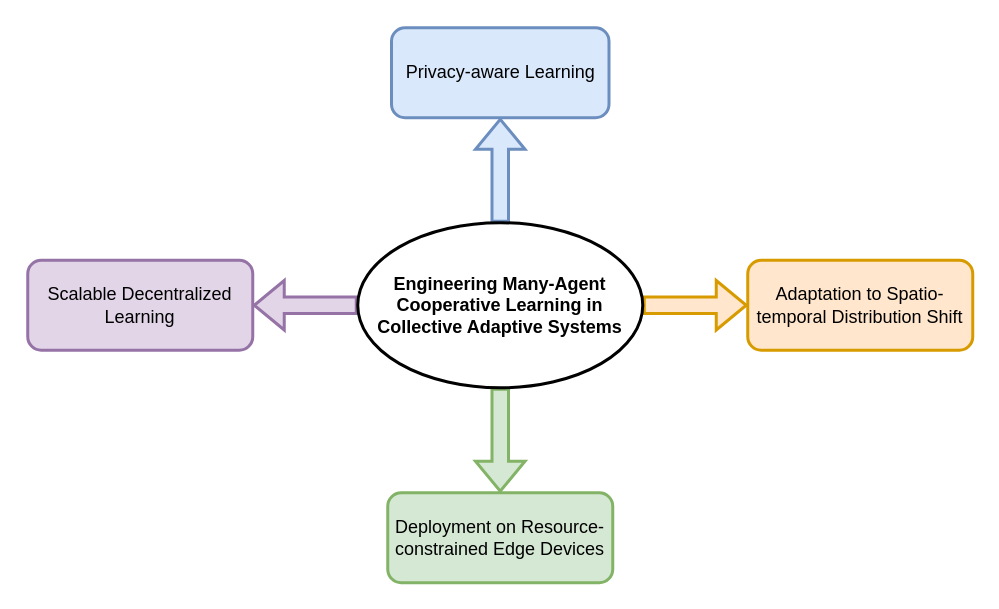
Above: figures/axes.drawio in domm99/phd-thesis (draw.io), before the change. Source tidied: cells renumbered, new cells numbered last; positions are measured from the earlier drawing's top-left corner, leaving out a move shared by most shapes. Both pictures are drawn from the tidied source at 150%, with x=0, y=0 at pixel (27, 27).
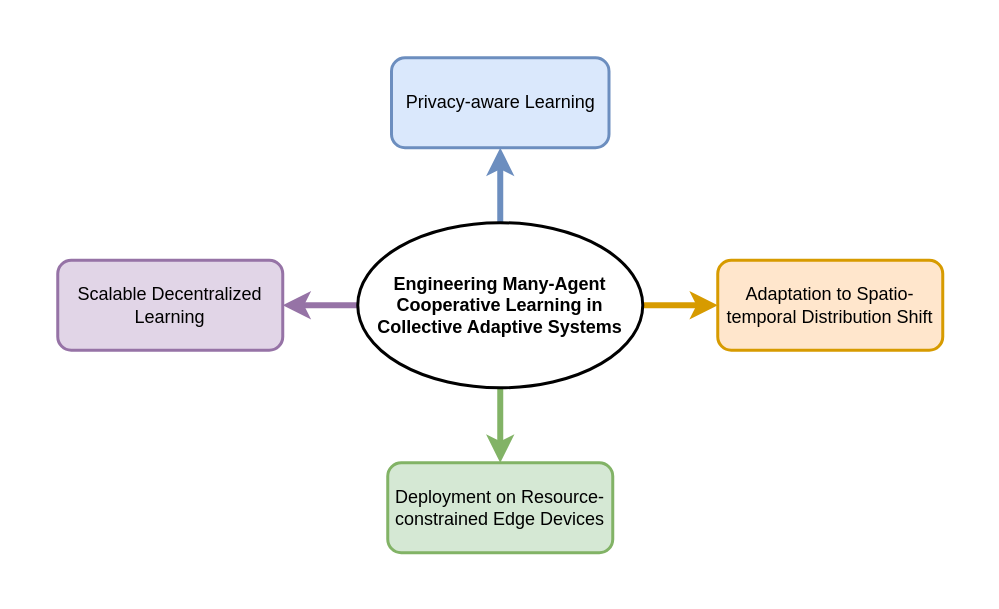
After the change.

Commit message (it also covers changes not shown here):
update axes image and add mapping to contribution

Change to the diagram source:
```diff
@@
 <mxGraphModel>
   <root>
     <mxCell id="0" />
     <mxCell id="1" parent="0" />
-    <mxCell id="2" style="edgeStyle=orthogonalEdgeStyle;curved=1;rounded=0;orthogonalLoop=1;jettySize=auto;html=1;exitX=0.5;exitY=1;exitDx=0;exitDy=0;" parent="1" edge="1">
-      <mxGeometry relative="1" as="geometry">
-        <mxPoint x="520" y="370" as="sourcePoint" />
-      </mxGeometry>
-    </mxCell>
+    <mxCell id="12" style="edgeStyle=orthogonalEdgeStyle;curved=1;rounded=1;orthogonalLoop=1;jettySize=auto;html=1;exitX=0.5;exitY=1;exitDx=0;exitDy=0;" parent="1" edge="1">
+      <mxGeometry relative="1" as="geometry">
+        <mxPoint x="520" y="370" as="sourcePoint" />
+      </mxGeometry>
+    </mxCell>
+    <mxCell id="8" style="curved=1;endArrow=classic;html=1;rounded=1;strokeWidth=4;fillColor=#e1d5e7;strokeColor=#9673a6;exitX=0;exitY=0.5;exitDx=0;exitDy=0;entryX=1;entryY=0.5;entryDx=0;entryDy=0;" parent="1" edge="1" source="11" target="6">
+      <mxGeometry relative="1" as="geometry" />
+    </mxCell>
+    <mxCell id="13" style="edgeStyle=orthogonalEdgeStyle;curved=1;rounded=0;orthogonalLoop=1;jettySize=auto;html=1;exitX=0.5;exitY=1;exitDx=0;exitDy=0;" parent="1" edge="1">
+      <mxGeometry relative="1" as="geometry">
+        <mxPoint x="520" y="370" as="sourcePoint" />
+      </mxGeometry>
+    </mxCell>
     <mxCell id="3" value="Privacy-aware Learning" style="rounded=1;whiteSpace=wrap;html=1;fillColor=#dae8fc;strokeColor=#6c8ebf;strokeWidth=2;" parent="1" vertex="1">
-      <mxGeometry x="242.5" width="145" height="60" as="geometry" />
+      <mxGeometry x="242.5" y="20" width="145" height="60" as="geometry" />
     </mxCell>
     <mxCell id="4" value="Adaptation to Spatio-temporal Distribution Shift" style="rounded=1;whiteSpace=wrap;html=1;fillColor=#ffe6cc;strokeColor=#d79b00;strokeWidth=2;" parent="1" vertex="1">
-      <mxGeometry x="480" y="155" width="150" height="60" as="geometry" />
+      <mxGeometry x="460" y="155" width="150" height="60" as="geometry" />
     </mxCell>
     <mxCell id="5" value="Deployment on Resource-constrained Edge Devices" style="rounded=1;whiteSpace=wrap;html=1;fillColor=#d5e8d4;strokeColor=#82b366;strokeWidth=2;" parent="1" vertex="1">
-      <mxGeometry x="240" y="310" width="150" height="60" as="geometry" />
+      <mxGeometry x="240" y="290" width="150" height="60" as="geometry" />
     </mxCell>
     <mxCell id="6" value="Scalable Decentralized Learning" style="rounded=1;whiteSpace=wrap;html=1;fillColor=#e1d5e7;strokeColor=#9673a6;strokeWidth=2;" parent="1" vertex="1">
-      <mxGeometry y="155" width="150" height="60" as="geometry" />
+      <mxGeometry x="20" y="155" width="150" height="60" as="geometry" />
     </mxCell>
+    <mxCell id="10" style="curved=1;endArrow=classic;html=1;rounded=1;strokeWidth=4;fillColor=#d5e8d4;strokeColor=#82b366;exitX=0.5;exitY=1;exitDx=0;exitDy=0;entryX=0.5;entryY=0;entryDx=0;entryDy=0;" parent="1" edge="1" source="11" target="5">
+      <mxGeometry relative="1" as="geometry" />
+    </mxCell>
+    <mxCell id="9" style="curved=1;endArrow=classic;html=1;rounded=1;strokeWidth=4;fillColor=#ffe6cc;strokeColor=#d79b00;exitX=1;exitY=0.5;exitDx=0;exitDy=0;entryX=0;entryY=0.5;entryDx=0;entryDy=0;" parent="1" edge="1" source="11" target="4">
+      <mxGeometry relative="1" as="geometry" />
+    </mxCell>
-    <mxCell id="7" style="shape=flexArrow;endArrow=classic;html=1;rounded=0;exitX=0.5;exitY=0;exitDx=0;exitDy=0;fillColor=#dae8fc;strokeColor=#6c8ebf;strokeWidth=2;entryX=0.5;entryY=1;entryDx=0;entryDy=0;" parent="1" edge="1" source="11" target="3">
+    <mxCell id="7" style="curved=1;endArrow=classic;html=1;rounded=1;strokeWidth=4;fillColor=#dae8fc;strokeColor=#6c8ebf;exitX=0.5;exitY=0;exitDx=0;exitDy=0;entryX=0.5;entryY=1;entryDx=0;entryDy=0;" parent="1" edge="1" source="11" target="3">
       <mxGeometry relative="1" as="geometry" />
     </mxCell>
-    <mxCell id="8" style="shape=flexArrow;endArrow=classic;html=1;rounded=0;exitX=0;exitY=0.5;exitDx=0;exitDy=0;entryX=1;entryY=0.5;entryDx=0;entryDy=0;fillColor=#e1d5e7;strokeColor=#9673a6;strokeWidth=2;" parent="1" edge="1" source="11" target="6">
-      <mxGeometry relative="1" as="geometry" />
-    </mxCell>
-    <mxCell id="9" style="shape=flexArrow;endArrow=classic;html=1;rounded=0;exitX=1;exitY=0.5;exitDx=0;exitDy=0;entryX=0;entryY=0.5;entryDx=0;entryDy=0;fillColor=#ffe6cc;strokeColor=#d79b00;strokeWidth=2;" parent="1" edge="1" source="11" target="4">
-      <mxGeometry relative="1" as="geometry" />
-    </mxCell>
-    <mxCell id="10" style="shape=flexArrow;endArrow=classic;html=1;rounded=0;entryX=0.5;entryY=0;entryDx=0;entryDy=0;exitX=0.5;exitY=1;exitDx=0;exitDy=0;fillColor=#d5e8d4;strokeColor=#82b366;strokeWidth=2;" parent="1" edge="1" source="11" target="5">
-      <mxGeometry relative="1" as="geometry" />
-    </mxCell>
     <mxCell id="11" value="&lt;b&gt;Engineering Many-Agent Cooperative Learning in &lt;br&gt;Collective Adaptive Systems&lt;/b&gt;" style="ellipse;whiteSpace=wrap;html=1;strokeWidth=2;strokeColor=#000000;" parent="1" vertex="1">
       <mxGeometry x="220" y="130" width="190" height="110" as="geometry" />
     </mxCell>
   </root>
 </mxGraphModel>
```
